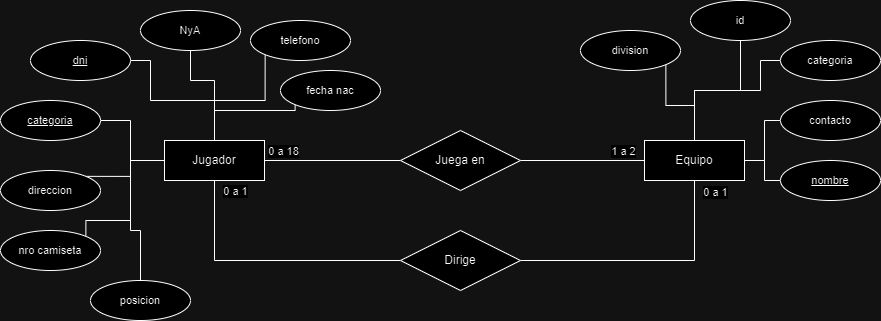
This is diagramas/Diagramas Voley App-DER.drawio.png from KevinSanchezU/Voley_app, a draw.io export, as it was before one commit. Source tidied: cells renumbered, new cells last; positions are measured from the earlier drawing's top-left corner, leaving out a move shared by most shapes.
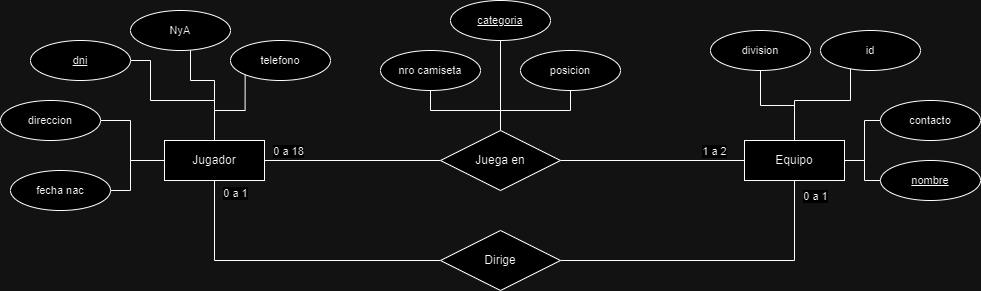
Later version of the same file.

Commit message:
Modificaciones en DER

Change to the diagram source:
```diff
@@ -13,7 +13,7 @@
     <mxCell id="4" style="edgeStyle=orthogonalEdgeStyle;shape=connector;rounded=0;jettySize=auto;html=1;strokeColor=default;align=center;verticalAlign=middle;fontFamily=Helvetica;fontSize=11;fontColor=default;labelBackgroundColor=default;endArrow=none;endFill=0;" parent="1" edge="1" source="14" target="26">
       <mxGeometry relative="1" as="geometry">
         <Array as="points">
-          <mxPoint x="214" y="260" />
+          <mxPoint x="174" y="260" />
         </Array>
       </mxGeometry>
     </mxCell>
@@ -25,83 +25,53 @@
     <mxCell id="6" style="edgeStyle=orthogonalEdgeStyle;shape=connector;rounded=0;jettySize=auto;html=1;strokeColor=default;align=center;verticalAlign=middle;fontFamily=Helvetica;fontSize=11;fontColor=default;labelBackgroundColor=default;endArrow=none;endFill=0;" parent="1" edge="1" source="14" target="28">
       <mxGeometry relative="1" as="geometry">
         <Array as="points">
-          <mxPoint x="214" y="80" />
-          <mxPoint x="190" y="80" />
+          <mxPoint x="174" y="80" />
+          <mxPoint x="150" y="80" />
         </Array>
       </mxGeometry>
     </mxCell>
     <mxCell id="7" style="edgeStyle=orthogonalEdgeStyle;shape=connector;rounded=0;jettySize=auto;html=1;entryX=0;entryY=1;entryDx=0;entryDy=0;strokeColor=default;align=center;verticalAlign=middle;fontFamily=Helvetica;fontSize=11;fontColor=default;labelBackgroundColor=default;endArrow=none;endFill=0;" parent="1" edge="1" source="14" target="32">
       <mxGeometry relative="1" as="geometry" />
     </mxCell>
-    <mxCell id="8" style="edgeStyle=orthogonalEdgeStyle;shape=connector;rounded=0;jettySize=auto;html=1;entryX=0;entryY=1;entryDx=0;entryDy=0;strokeColor=default;align=center;verticalAlign=middle;fontFamily=Helvetica;fontSize=11;fontColor=default;labelBackgroundColor=default;endArrow=none;endFill=0;" parent="1" edge="1" source="14" target="33">
+    <mxCell id="8" style="edgeStyle=orthogonalEdgeStyle;shape=connector;rounded=0;jettySize=auto;html=1;strokeColor=default;align=center;verticalAlign=middle;fontFamily=Helvetica;fontSize=11;fontColor=default;labelBackgroundColor=default;endArrow=none;endFill=0;" parent="1" edge="1" source="14" target="33">
       <mxGeometry relative="1" as="geometry">
         <Array as="points">
-          <mxPoint x="214" y="110" />
-          <mxPoint x="295" y="110" />
+          <mxPoint x="90" y="160" />
+          <mxPoint x="90" y="190" />
         </Array>
       </mxGeometry>
     </mxCell>
     <mxCell id="9" style="edgeStyle=orthogonalEdgeStyle;shape=connector;rounded=0;jettySize=auto;html=1;entryX=1;entryY=0.5;entryDx=0;entryDy=0;strokeColor=default;align=center;verticalAlign=middle;fontFamily=Helvetica;fontSize=11;fontColor=default;labelBackgroundColor=default;endArrow=none;endFill=0;" parent="1" edge="1" source="14" target="27">
       <mxGeometry relative="1" as="geometry">
         <Array as="points">
-          <mxPoint x="214" y="100" />
-          <mxPoint x="150" y="100" />
-          <mxPoint x="150" y="60" />
+          <mxPoint x="174" y="100" />
+          <mxPoint x="110" y="100" />
+          <mxPoint x="110" y="60" />
         </Array>
       </mxGeometry>
     </mxCell>
-    <mxCell id="10" style="edgeStyle=orthogonalEdgeStyle;shape=connector;rounded=0;jettySize=auto;html=1;entryX=1;entryY=0.5;entryDx=0;entryDy=0;strokeColor=default;align=center;verticalAlign=middle;fontFamily=Helvetica;fontSize=11;fontColor=default;labelBackgroundColor=default;endArrow=none;endFill=0;" parent="1" edge="1" source="14" target="29">
-      <mxGeometry relative="1" as="geometry">
-        <Array as="points">
-          <mxPoint x="130" y="160" />
-          <mxPoint x="130" y="120" />
-        </Array>
-      </mxGeometry>
-    </mxCell>
-    <mxCell id="11" style="edgeStyle=orthogonalEdgeStyle;shape=connector;rounded=0;jettySize=auto;html=1;entryX=1;entryY=0;entryDx=0;entryDy=0;strokeColor=default;align=center;verticalAlign=middle;fontFamily=Helvetica;fontSize=11;fontColor=default;labelBackgroundColor=default;endArrow=none;endFill=0;" parent="1" edge="1" source="14" target="30">
+    <mxCell id="11" style="edgeStyle=orthogonalEdgeStyle;shape=connector;rounded=0;jettySize=auto;html=1;strokeColor=default;align=center;verticalAlign=middle;fontFamily=Helvetica;fontSize=11;fontColor=default;labelBackgroundColor=default;endArrow=none;endFill=0;" parent="1" edge="1" source="14" target="30">
       <mxGeometry relative="1" as="geometry">
         <Array as="points">
-          <mxPoint x="130" y="160" />
-          <mxPoint x="130" y="176" />
+          <mxPoint x="90" y="160" />
+          <mxPoint x="90" y="120" />
         </Array>
       </mxGeometry>
     </mxCell>
-    <mxCell id="12" style="edgeStyle=orthogonalEdgeStyle;shape=connector;rounded=0;jettySize=auto;html=1;entryX=1;entryY=0;entryDx=0;entryDy=0;strokeColor=default;align=center;verticalAlign=middle;fontFamily=Helvetica;fontSize=11;fontColor=default;labelBackgroundColor=default;endArrow=none;endFill=0;" parent="1" edge="1" source="14" target="31">
-      <mxGeometry relative="1" as="geometry">
-        <Array as="points">
-          <mxPoint x="130" y="160" />
-          <mxPoint x="130" y="220" />
-          <mxPoint x="85" y="220" />
-        </Array>
-      </mxGeometry>
-    </mxCell>
-    <mxCell id="13" style="edgeStyle=orthogonalEdgeStyle;shape=connector;rounded=0;jettySize=auto;html=1;strokeColor=default;align=center;verticalAlign=middle;fontFamily=Helvetica;fontSize=11;fontColor=default;labelBackgroundColor=default;endArrow=none;endFill=0;" parent="1" edge="1" source="14" target="34">
-      <mxGeometry relative="1" as="geometry">
-        <Array as="points">
-          <mxPoint x="130" y="160" />
-          <mxPoint x="130" y="230" />
-          <mxPoint x="140" y="230" />
-        </Array>
-      </mxGeometry>
-    </mxCell>
     <mxCell id="14" value="Jugador" style="whiteSpace=wrap;html=1;align=center;" parent="1" vertex="1">
-      <mxGeometry x="164" y="140" width="100" height="40" as="geometry" />
+      <mxGeometry x="124" y="140" width="100" height="40" as="geometry" />
     </mxCell>
-    <mxCell id="15" style="edgeStyle=orthogonalEdgeStyle;shape=connector;rounded=0;jettySize=auto;html=1;entryX=1;entryY=1;entryDx=0;entryDy=0;strokeColor=default;align=center;verticalAlign=middle;fontFamily=Helvetica;fontSize=11;fontColor=default;labelBackgroundColor=default;endArrow=none;endFill=0;" parent="1" edge="1" source="20" target="36">
+    <mxCell id="15" style="edgeStyle=orthogonalEdgeStyle;shape=connector;rounded=0;jettySize=auto;html=1;strokeColor=default;align=center;verticalAlign=middle;fontFamily=Helvetica;fontSize=11;fontColor=default;labelBackgroundColor=default;endArrow=none;endFill=0;" parent="1" edge="1" source="20" target="36">
       <mxGeometry relative="1" as="geometry" />
     </mxCell>
-    <mxCell id="16" style="edgeStyle=orthogonalEdgeStyle;shape=connector;rounded=0;jettySize=auto;html=1;entryX=0.5;entryY=1;entryDx=0;entryDy=0;strokeColor=default;align=center;verticalAlign=middle;fontFamily=Helvetica;fontSize=11;fontColor=default;labelBackgroundColor=default;endArrow=none;endFill=0;" parent="1" edge="1" source="20" target="35">
-      <mxGeometry relative="1" as="geometry" />
+    <mxCell id="16" style="edgeStyle=orthogonalEdgeStyle;shape=connector;rounded=0;jettySize=auto;html=1;strokeColor=default;align=center;verticalAlign=middle;fontFamily=Helvetica;fontSize=11;fontColor=default;labelBackgroundColor=default;endArrow=none;endFill=0;" parent="1" edge="1" source="20" target="35">
+      <mxGeometry relative="1" as="geometry">
+        <Array as="points">
+          <mxPoint x="754" y="100" />
+          <mxPoint x="810" y="100" />
+        </Array>
+      </mxGeometry>
     </mxCell>
-    <mxCell id="17" style="edgeStyle=orthogonalEdgeStyle;shape=connector;rounded=0;jettySize=auto;html=1;entryX=0;entryY=0.5;entryDx=0;entryDy=0;strokeColor=default;align=center;verticalAlign=middle;fontFamily=Helvetica;fontSize=11;fontColor=default;labelBackgroundColor=default;endArrow=none;endFill=0;" parent="1" edge="1" source="20" target="37">
-      <mxGeometry relative="1" as="geometry">
-        <Array as="points">
-          <mxPoint x="694" y="90" />
-          <mxPoint x="760" y="90" />
-          <mxPoint x="760" y="60" />
-        </Array>
-      </mxGeometry>
-    </mxCell>
     <mxCell id="18" style="edgeStyle=orthogonalEdgeStyle;shape=connector;rounded=0;jettySize=auto;html=1;strokeColor=default;align=center;verticalAlign=middle;fontFamily=Helvetica;fontSize=11;fontColor=default;labelBackgroundColor=default;endArrow=none;endFill=0;" parent="1" edge="1" source="20" target="39">
       <mxGeometry relative="1" as="geometry" />
     </mxCell>
@@ -109,7 +79,7 @@
       <mxGeometry relative="1" as="geometry" />
     </mxCell>
     <mxCell id="20" value="Equipo" style="whiteSpace=wrap;html=1;align=center;" parent="1" vertex="1">
-      <mxGeometry x="644" y="140" width="100" height="40" as="geometry" />
+      <mxGeometry x="704" y="140" width="100" height="40" as="geometry" />
     </mxCell>
     <mxCell id="21" style="edgeStyle=orthogonalEdgeStyle;rounded=0;jettySize=auto;html=1;endArrow=none;endFill=0;" parent="1" edge="1" source="23" target="20">
       <mxGeometry relative="1" as="geometry" />
@@ -119,6 +89,15 @@
         <mxPoint x="-2" y="-11" as="offset" />
       </mxGeometry>
     </mxCell>
+    <mxCell id="40" style="edgeStyle=orthogonalEdgeStyle;rounded=0;jettySize=auto;html=1;startArrow=none;startFill=0;endArrow=none;endFill=0;" parent="1" edge="1" source="23" target="31">
+      <mxGeometry relative="1" as="geometry" />
+    </mxCell>
+    <mxCell id="41" style="edgeStyle=orthogonalEdgeStyle;shape=connector;rounded=0;jettySize=auto;html=1;strokeColor=default;align=center;verticalAlign=middle;fontFamily=Helvetica;fontSize=11;fontColor=default;labelBackgroundColor=default;startArrow=none;startFill=0;endArrow=none;endFill=0;" parent="1" edge="1" source="23" target="34">
+      <mxGeometry relative="1" as="geometry" />
+    </mxCell>
+    <mxCell id="42" style="edgeStyle=orthogonalEdgeStyle;shape=connector;rounded=0;jettySize=auto;html=1;strokeColor=default;align=center;verticalAlign=middle;fontFamily=Helvetica;fontSize=11;fontColor=default;labelBackgroundColor=default;startArrow=none;startFill=0;endArrow=none;endFill=0;" parent="1" edge="1" source="23" target="29">
+      <mxGeometry relative="1" as="geometry" />
+    </mxCell>
     <mxCell id="23" value="Juega en" style="shape=rhombus;perimeter=rhombusPerimeter;whiteSpace=wrap;html=1;align=center;" parent="1" vertex="1">
       <mxGeometry x="400" y="130" width="120" height="60" as="geometry" />
     </mxCell>
@@ -134,43 +113,40 @@
       <mxGeometry x="400" y="230" width="120" height="60" as="geometry" />
     </mxCell>
     <mxCell id="27" value="dni" style="ellipse;whiteSpace=wrap;html=1;align=center;fontFamily=Helvetica;fontSize=11;fontColor=default;labelBackgroundColor=default;fontStyle=4;" parent="1" vertex="1">
-      <mxGeometry x="30" y="40" width="100" height="40" as="geometry" />
+      <mxGeometry x="-10" y="40" width="100" height="40" as="geometry" />
     </mxCell>
     <mxCell id="28" value="NyA" style="ellipse;whiteSpace=wrap;html=1;align=center;fontFamily=Helvetica;fontSize=11;fontColor=default;labelBackgroundColor=default;" parent="1" vertex="1">
-      <mxGeometry x="140" y="10" width="100" height="40" as="geometry" />
+      <mxGeometry x="90" y="10" width="100" height="40" as="geometry" />
     </mxCell>
-    <mxCell id="29" value="categoria" style="ellipse;whiteSpace=wrap;html=1;align=center;fontFamily=Helvetica;fontSize=11;fontColor=default;labelBackgroundColor=default;fontStyle=4;" parent="1" vertex="1">
-      <mxGeometry y="100" width="100" height="40" as="geometry" />
-    </mxCell>
     <mxCell id="30" value="direccion" style="ellipse;whiteSpace=wrap;html=1;align=center;fontFamily=Helvetica;fontSize=11;fontColor=default;labelBackgroundColor=default;" parent="1" vertex="1">
-      <mxGeometry y="170" width="100" height="40" as="geometry" />
+      <mxGeometry x="-40" y="100" width="100" height="40" as="geometry" />
     </mxCell>
     <mxCell id="31" value="nro camiseta" style="ellipse;whiteSpace=wrap;html=1;align=center;fontFamily=Helvetica;fontSize=11;fontColor=default;labelBackgroundColor=default;" parent="1" vertex="1">
-      <mxGeometry y="230" width="100" height="40" as="geometry" />
+      <mxGeometry x="340" y="50" width="100" height="40" as="geometry" />
     </mxCell>
     <mxCell id="32" value="telefono" style="ellipse;whiteSpace=wrap;html=1;align=center;fontFamily=Helvetica;fontSize=11;fontColor=default;labelBackgroundColor=default;" parent="1" vertex="1">
-      <mxGeometry x="250" y="20" width="100" height="40" as="geometry" />
+      <mxGeometry x="190" y="40" width="100" height="40" as="geometry" />
     </mxCell>
     <mxCell id="33" value="fecha nac" style="ellipse;whiteSpace=wrap;html=1;align=center;fontFamily=Helvetica;fontSize=11;fontColor=default;labelBackgroundColor=default;" parent="1" vertex="1">
-      <mxGeometry x="280" y="70" width="100" height="40" as="geometry" />
+      <mxGeometry x="-30" y="170" width="100" height="40" as="geometry" />
     </mxCell>
     <mxCell id="34" value="posicion" style="ellipse;whiteSpace=wrap;html=1;align=center;fontFamily=Helvetica;fontSize=11;fontColor=default;labelBackgroundColor=default;fontStyle=0;" parent="1" vertex="1">
-      <mxGeometry x="90" y="280" width="100" height="40" as="geometry" />
+      <mxGeometry x="480" y="50" width="100" height="40" as="geometry" />
     </mxCell>
     <mxCell id="35" value="id" style="ellipse;whiteSpace=wrap;html=1;align=center;fontFamily=Helvetica;fontSize=11;fontColor=default;labelBackgroundColor=default;fontStyle=0;" parent="1" vertex="1">
-      <mxGeometry x="690" width="100" height="40" as="geometry" />
+      <mxGeometry x="780" y="30" width="100" height="40" as="geometry" />
     </mxCell>
     <mxCell id="36" value="division" style="ellipse;whiteSpace=wrap;html=1;align=center;fontFamily=Helvetica;fontSize=11;fontColor=default;labelBackgroundColor=default;" parent="1" vertex="1">
-      <mxGeometry x="580" y="30" width="100" height="40" as="geometry" />
+      <mxGeometry x="670" y="30" width="100" height="40" as="geometry" />
     </mxCell>
-    <mxCell id="37" value="categoria" style="ellipse;whiteSpace=wrap;html=1;align=center;fontFamily=Helvetica;fontSize=11;fontColor=default;labelBackgroundColor=default;" parent="1" vertex="1">
-      <mxGeometry x="780" y="40" width="100" height="40" as="geometry" />
-    </mxCell>
     <mxCell id="38" value="nombre" style="ellipse;whiteSpace=wrap;html=1;align=center;fontFamily=Helvetica;fontSize=11;fontColor=default;labelBackgroundColor=default;fontStyle=4;" parent="1" vertex="1">
-      <mxGeometry x="780" y="160" width="100" height="40" as="geometry" />
+      <mxGeometry x="840" y="160" width="100" height="40" as="geometry" />
     </mxCell>
     <mxCell id="39" value="contacto" style="ellipse;whiteSpace=wrap;html=1;align=center;fontFamily=Helvetica;fontSize=11;fontColor=default;labelBackgroundColor=default;" parent="1" vertex="1">
-      <mxGeometry x="780" y="100" width="100" height="40" as="geometry" />
+      <mxGeometry x="840" y="100" width="100" height="40" as="geometry" />
     </mxCell>
+    <mxCell id="29" value="categoria" style="ellipse;whiteSpace=wrap;html=1;align=center;fontFamily=Helvetica;fontSize=11;fontColor=default;labelBackgroundColor=default;fontStyle=4;" parent="1" vertex="1">
+      <mxGeometry x="410" width="100" height="40" as="geometry" />
+    </mxCell>
   </root>
 </mxGraphModel>
```
